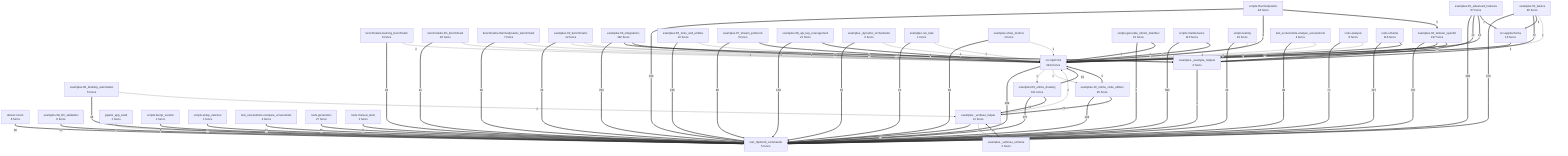
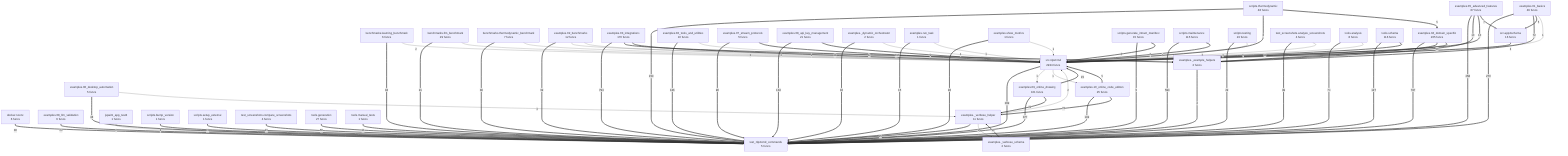
flowchart TD
- %% generated in 0.17s
+ %% generated in 0.06s
    benchmarks__learning_benchmark["benchmarks.learning_benchmark<br/>6 funcs"]
-     benchmarks__llm_benchmark["benchmarks.llm_benchmark<br/>20 funcs"]
+     benchmarks__llm_benchmark["benchmarks.llm_benchmark<br/>29 funcs"]
    benchmarks__thermodynamic_benchmark["benchmarks.thermodynamic_benchmark<br/>7 funcs"]
    docker__novnc["docker.novnc<br/>6 funcs"]
    examples__01_basics["examples.01_basics<br/>46 funcs"]
    examples__02_benchmarks["examples.02_benchmarks<br/>12 funcs"]
-     examples__03_integrations["examples.03_integrations<br/>162 funcs"]
-     examples__04_domain_specific["examples.04_domain_specific<br/>197 funcs"]
+     examples__03_integrations["examples.03_integrations<br/>170 funcs"]
+     examples__04_domain_specific["examples.04_domain_specific<br/>205 funcs"]
    examples__05_advanced_features["examples.05_advanced_features<br/>67 funcs"]
    examples__06_desktop_automation["examples.06_desktop_automation<br/>5 funcs"]
    examples__06_tools_and_utilities["examples.06_tools_and_utilities<br/>10 funcs"]
    examples__07_stream_protocols["examples.07_stream_protocols<br/>5 funcs"]
    examples__08_api_key_management["examples.08_api_key_management<br/>21 funcs"]
    examples__08_llm_validation["examples.08_llm_validation<br/>6 funcs"]
    examples__09_online_drawing["examples.09_online_drawing<br/>101 funcs"]
    examples__10_online_code_editors["examples.10_online_code_editors<br/>25 funcs"]
    examples___dynamic_orchestrator["examples._dynamic_orchestrator<br/>2 funcs"]
    examples___example_helpers["examples._example_helpers<br/>2 funcs"]
    examples___verbose_helper["examples._verbose_helper<br/>11 funcs"]
    examples___verbose_schema["examples._verbose_schema<br/>2 funcs"]
    examples__run_task["examples.run_task<br/>1 funcs"]
    examples__show_metrics["examples.show_metrics<br/>1 funcs"]
    jspaint_app_test4["jspaint_app_test4<br/>1 funcs"]
    scripts__bump_version["scripts.bump_version<br/>1 funcs"]
    scripts__generate_intract_manifest["scripts.generate_intract_manifest<br/>15 funcs"]
    scripts__maintenance["scripts.maintenance<br/>115 funcs"]
    scripts__setup_external["scripts.setup_external<br/>1 funcs"]
    scripts__testing["scripts.testing<br/>23 funcs"]
    scripts__thermodynamic["scripts.thermodynamic<br/>48 funcs"]
    src__app2schema["src.app2schema<br/>16 funcs"]
-     src__nlp2cmd["src.nlp2cmd<br/>2914 funcs"]
+     src__nlp2cmd["src.nlp2cmd<br/>2934 funcs"]
    test_nlp2cmd_commands["test_nlp2cmd_commands<br/>5 funcs"]
    test_screenshots__analyze_screenshots["test_screenshots.analyze_screenshots<br/>4 funcs"]
    test_screenshots__compare_screenshots["test_screenshots.compare_screenshots<br/>4 funcs"]
    tools__analysis["tools.analysis<br/>8 funcs"]
    tools__generation["tools.generation<br/>27 funcs"]
    tools__manual_tests["tools.manual_tests<br/>1 funcs"]
    tools__schema["tools.schema<br/>116 funcs"]
    examples__04_domain_specific ==>|797| test_nlp2cmd_commands
    examples__03_integrations ==>|793| test_nlp2cmd_commands
    scripts__maintenance ==>|593| test_nlp2cmd_commands
    examples__05_advanced_features ==>|458| test_nlp2cmd_commands
    examples__09_online_drawing ==>|377| test_nlp2cmd_commands
    src__nlp2cmd ==>|369| test_nlp2cmd_commands
    examples__01_basics ==>|270| test_nlp2cmd_commands
    scripts__thermodynamic ==>|159| test_nlp2cmd_commands
    examples__10_online_code_editors ==>|139| test_nlp2cmd_commands
    examples__06_tools_and_utilities ==>|136| test_nlp2cmd_commands
    tools__schema ==>|127| test_nlp2cmd_commands
    examples__08_api_key_management ==>|104| test_nlp2cmd_commands
    examples__07_stream_protocols ==>|90| test_nlp2cmd_commands
    tools__analysis ==>|74| test_nlp2cmd_commands
    examples__01_basics ==>|72| examples___example_helpers
    examples__10_online_code_editors ==>|72| examples___verbose_helper
    examples__02_benchmarks ==>|69| test_nlp2cmd_commands
    tools__generation ==>|56| test_nlp2cmd_commands
    examples__04_domain_specific ==>|50| examples___example_helpers
    examples__03_integrations ==>|48| examples___example_helpers
    examples__06_desktop_automation ==>|48| test_nlp2cmd_commands
    test_screenshots__analyze_screenshots ==>|39| test_nlp2cmd_commands
    benchmarks__thermodynamic_benchmark ==>|38| test_nlp2cmd_commands
    docker__novnc ==>|30| test_nlp2cmd_commands
    scripts__testing ==>|29| test_nlp2cmd_commands
    examples__show_metrics ==>|26| test_nlp2cmd_commands
    examples___verbose_helper ==>|25| test_nlp2cmd_commands
    examples__08_llm_validation ==>|24| test_nlp2cmd_commands
    examples__09_online_drawing ==>|21| examples___verbose_helper
    benchmarks__llm_benchmark ==>|21| test_nlp2cmd_commands
    test_screenshots__compare_screenshots ==>|21| test_nlp2cmd_commands
    benchmarks__learning_benchmark ==>|18| test_nlp2cmd_commands
    examples__run_task ==>|15| test_nlp2cmd_commands
    examples__09_online_drawing ==>|15| src__nlp2cmd
    scripts__setup_external ==>|15| test_nlp2cmd_commands
    examples__03_integrations ==>|11| src__nlp2cmd
    examples__04_domain_specific ==>|11| src__nlp2cmd
    tools__manual_tests ==>|11| test_nlp2cmd_commands
    examples___verbose_schema ==>|10| examples___verbose_helper
    examples___dynamic_orchestrator ==>|10| test_nlp2cmd_commands
    examples__05_advanced_features ==>|10| examples___example_helpers
    examples__05_advanced_features ==>|10| src__nlp2cmd
    examples__08_api_key_management ==>|9| src__nlp2cmd
    examples__05_advanced_features ==>|7| src__app2schema
    examples__07_stream_protocols ==>|6| src__nlp2cmd
    scripts__thermodynamic ==>|6| src__nlp2cmd
    examples__01_basics ==>|5| src__app2schema
    examples__10_online_code_editors ==>|5| src__nlp2cmd
    tools__schema ==>|5| src__nlp2cmd
    scripts__generate_intract_manifest ==>|5| test_nlp2cmd_commands
    scripts__thermodynamic ==>|5| examples__04_domain_specific
    scripts__maintenance ==>|5| src__nlp2cmd
    examples___example_helpers ==>|4| test_nlp2cmd_commands
    src__app2schema ==>|4| src__nlp2cmd
    scripts__generate_intract_manifest ==>|4| src__nlp2cmd
    scripts__bump_version ==>|4| test_nlp2cmd_commands
    examples__06_desktop_automation -->|3| examples___verbose_helper
    benchmarks__llm_benchmark -->|3| src__nlp2cmd
    benchmarks__thermodynamic_benchmark -->|3| src__nlp2cmd
    tools__analysis -->|3| src__nlp2cmd
    jspaint_app_test4 -->|2| test_nlp2cmd_commands
    examples___verbose_helper -->|2| src__nlp2cmd
    examples__02_benchmarks -->|2| examples___example_helpers
    benchmarks__learning_benchmark -->|2| src__nlp2cmd
    scripts__testing -->|2| src__nlp2cmd
    test_screenshots__analyze_screenshots -->|2| src__nlp2cmd
    examples__show_metrics -->|1| src__nlp2cmd
    examples___dynamic_orchestrator -->|1| src__nlp2cmd
    examples___verbose_helper -->|1| examples___verbose_schema
    examples__run_task -->|1| src__nlp2cmd
    examples__06_tools_and_utilities -->|1| src__nlp2cmd
    examples__02_benchmarks -->|1| src__nlp2cmd
    examples__01_basics -->|1| src__nlp2cmd
    src__nlp2cmd -->|1| examples__09_online_drawing
    src__nlp2cmd -->|1| examples__10_online_code_editors
